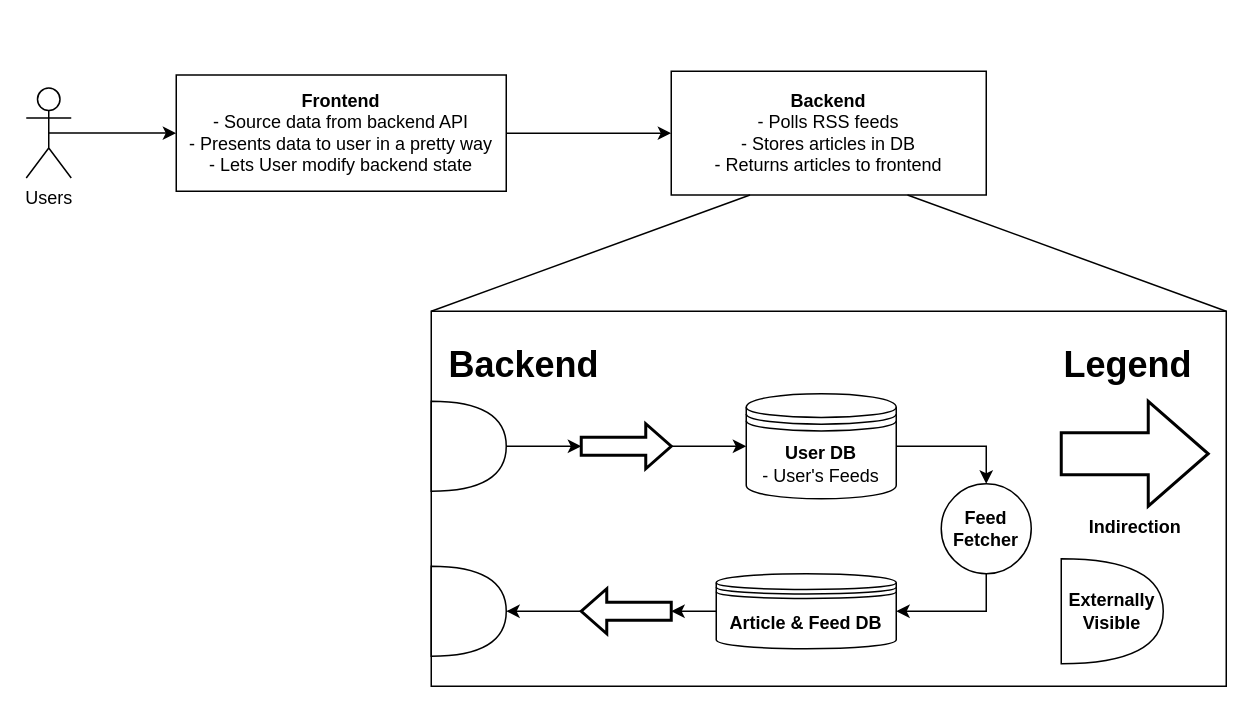
The draw.io diagram diagram.drawio in Spoonbaker/csc468-project, before the edit. Source tidied: cells renumbered, new cells numbered last; positions are measured from the earlier drawing's top-left corner, leaving out a move shared by most shapes. Both pictures are drawn from the tidied source at 150%, with x=0, y=0 at pixel (26, 70).
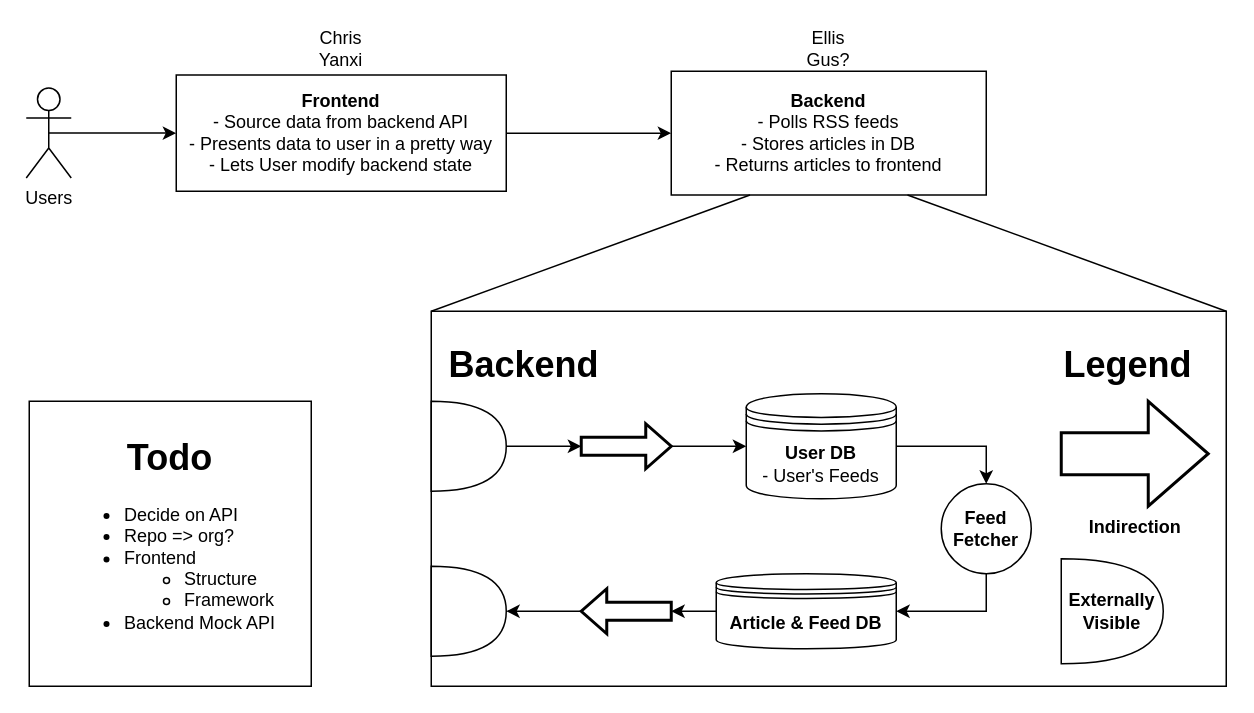
The same diagram, later.

Change to the diagram source:
```diff
@@
+    <mxCell id="28" value="&lt;div&gt;Chris&lt;/div&gt;&lt;div&gt;Yanxi&lt;/div&gt;" style="text;html=1;align=center;verticalAlign=middle;whiteSpace=wrap;rounded=0;" parent="1" vertex="1">
+      <mxGeometry x="180" y="-30" width="60" height="30" as="geometry" />
+    </mxCell>
+    <mxCell id="29" value="&lt;div&gt;Ellis&lt;/div&gt;&lt;div&gt;Gus?&lt;br&gt;&lt;/div&gt;" style="text;html=1;align=center;verticalAlign=middle;whiteSpace=wrap;rounded=0;" parent="1" vertex="1">
+      <mxGeometry x="505" y="-30" width="60" height="30" as="geometry" />
+    </mxCell>
+    <mxCell id="30" value="&lt;h1 style=&quot;margin-top: 0px;&quot;&gt;&lt;font style=&quot;font-size: 24px;&quot;&gt;&lt;b&gt;Todo&lt;/b&gt;&lt;/font&gt;&lt;/h1&gt;&lt;div align=&quot;left&quot;&gt;&lt;ul&gt;&lt;li&gt;Decide on API&lt;/li&gt;&lt;li&gt;Repo =&amp;gt; org?&lt;/li&gt;&lt;li&gt;Frontend&lt;/li&gt;&lt;ul&gt;&lt;li&gt;Structure&lt;/li&gt;&lt;li&gt;Framework&lt;/li&gt;&lt;/ul&gt;&lt;li&gt;Backend Mock API&lt;br&gt;&lt;/li&gt;&lt;/ul&gt;&lt;/div&gt;" style="rounded=0;whiteSpace=wrap;html=1;" parent="1" vertex="1">
+      <mxGeometry x="2" y="220" width="188" height="190" as="geometry" />
+    </mxCell>
```
